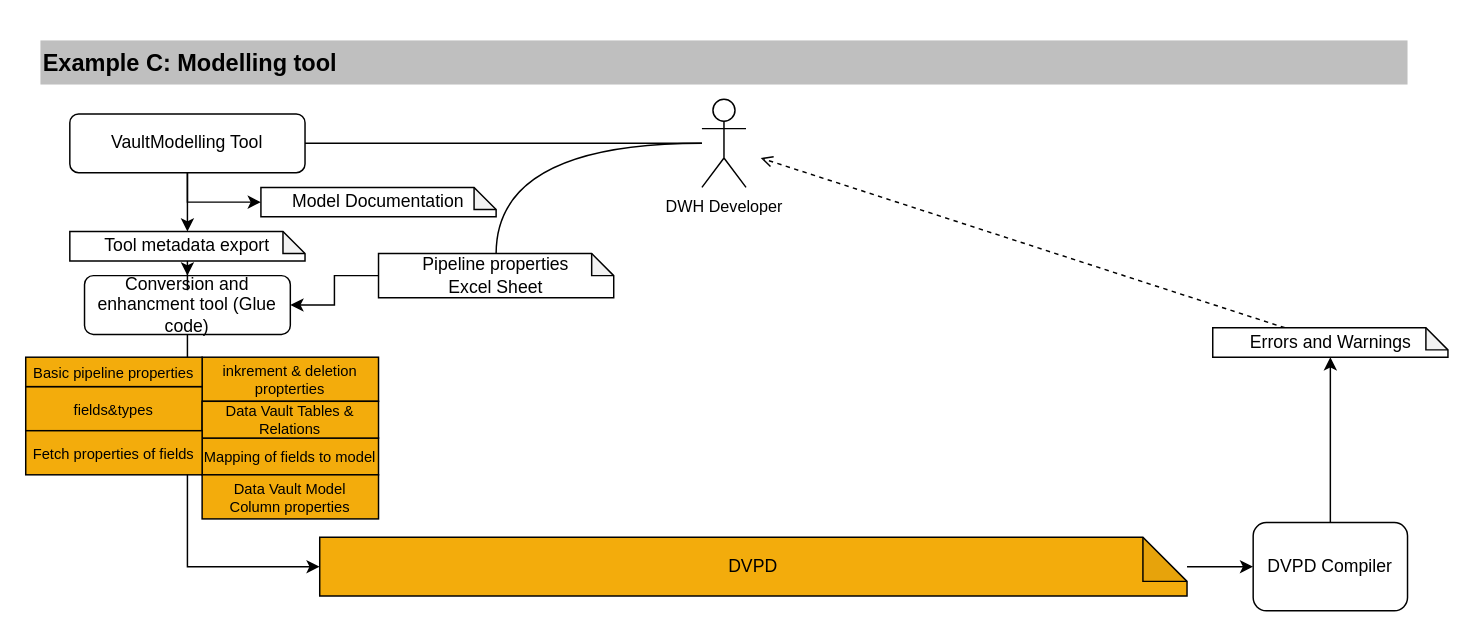
cimt-ag/data_vault_pipelinedescription keeps this draw.io diagram as documentation/images/dvdp_creation_workflow_example_c.drawio. Above is the earlier version. Source tidied: cells renumbered, new cells numbered last; positions are measured from the earlier drawing's top-left corner, leaving out a move shared by most shapes. Both pictures are drawn from the tidied source at 147%, with x=0, y=0 at pixel (25, 40).
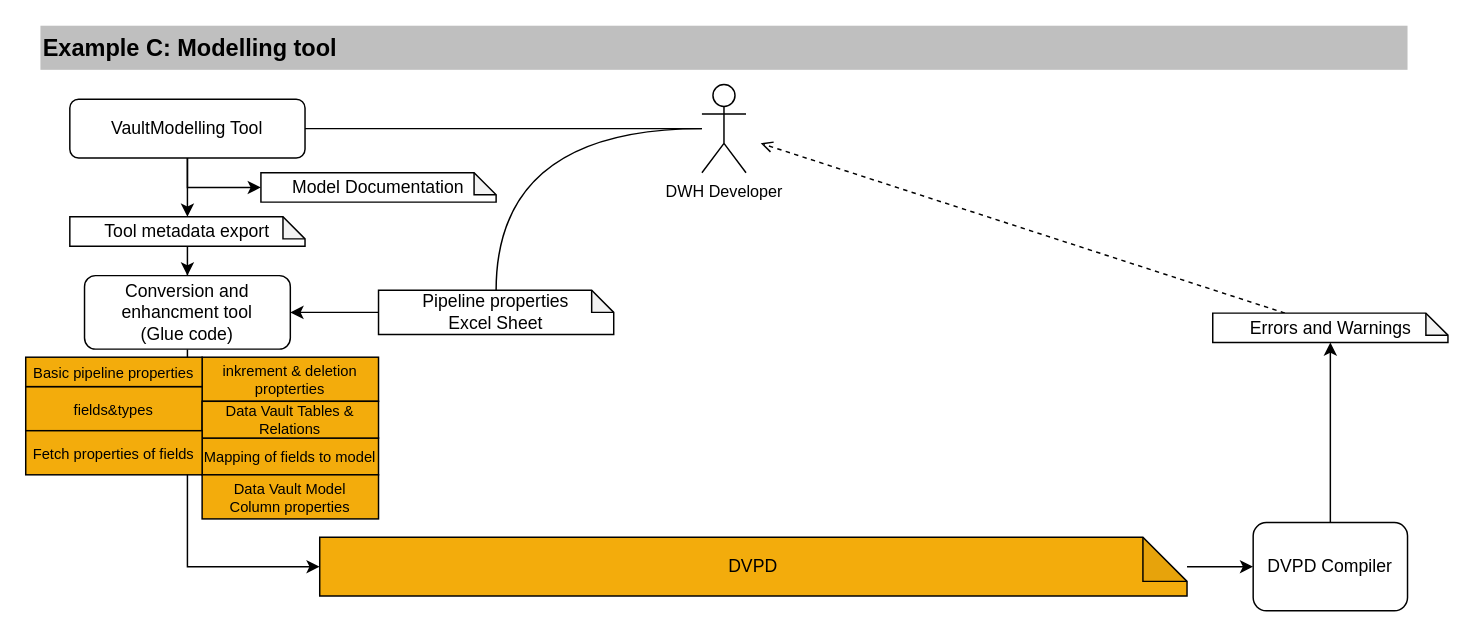
The same diagram, later.

Commit message (it also covers changes not shown here):
development_workflow_scenarios - review complete

What changed in the source:
```diff
@@
     <mxCell id="2" value="Example C: Modelling tool" style="rounded=0;whiteSpace=wrap;html=1;strokeColor=none;fillColor=#BFBFBF;fontStyle=1;align=left;fontSize=16;" parent="1" vertex="1">
-      <mxGeometry x="10" width="930" height="30" as="geometry" />
+      <mxGeometry x="10" y="-10" width="930" height="30" as="geometry" />
     </mxCell>
@@
     <mxCell id="5" value="VaultModelling Tool" style="rounded=1;whiteSpace=wrap;html=1;" parent="1" vertex="1">
-      <mxGeometry x="30" y="50" width="160" height="40" as="geometry" />
+      <mxGeometry x="30" y="40" width="160" height="40" as="geometry" />
     </mxCell>
@@
-    <mxCell id="9" value="Conversion and enhancment tool (Glue code)" style="rounded=1;whiteSpace=wrap;html=1;" parent="1" vertex="1">
-      <mxGeometry x="40" y="160" width="140" height="40" as="geometry" />
+    <mxCell id="9" value="Conversion and enhancment tool &lt;br&gt;(Glue code)" style="rounded=1;whiteSpace=wrap;html=1;" parent="1" vertex="1">
+      <mxGeometry x="40" y="160" width="140" height="50" as="geometry" />
     </mxCell>
@@
     <mxCell id="11" value="Pipeline properties&lt;br&gt;Excel Sheet" style="shape=note;whiteSpace=wrap;html=1;backgroundOutline=1;darkOpacity=0.05;size=15;" parent="1" vertex="1">
-      <mxGeometry x="240" y="145" width="160" height="30" as="geometry" />
+      <mxGeometry x="240" y="170" width="160" height="30" as="geometry" />
     </mxCell>
@@
     <mxCell id="19" style="shape=connector;rounded=0;jettySize=auto;html=1;labelBackgroundColor=default;strokeColor=default;fontFamily=Helvetica;fontSize=11;fontColor=default;endArrow=open;dashed=1;endFill=0;" parent="1" edge="1" source="20">
       <mxGeometry relative="1" as="geometry">
-        <mxPoint x="500" y="80" as="targetPoint" />
+        <mxPoint x="500" y="70" as="targetPoint" />
       </mxGeometry>
     </mxCell>
     <mxCell id="20" value="Errors and Warnings" style="shape=note;whiteSpace=wrap;html=1;backgroundOutline=1;darkOpacity=0.05;size=15;" parent="1" vertex="1">
-      <mxGeometry x="807.5" y="195.5" width="160" height="20" as="geometry" />
+      <mxGeometry x="807.5" y="185.5" width="160" height="20" as="geometry" />
     </mxCell>
@@
     <mxCell id="23" value="DWH Developer" style="shape=umlActor;verticalLabelPosition=bottom;verticalAlign=top;html=1;outlineConnect=0;fontFamily=Helvetica;fontSize=11;fontColor=default;" parent="1" vertex="1">
-      <mxGeometry x="460" y="40" width="30" height="60" as="geometry" />
+      <mxGeometry x="460" y="30" width="30" height="60" as="geometry" />
     </mxCell>
@@
     <mxCell id="25" value="Tool metadata export" style="shape=note;whiteSpace=wrap;html=1;backgroundOutline=1;darkOpacity=0.05;size=15;" parent="1" vertex="1">
-      <mxGeometry x="30" y="130" width="160" height="20" as="geometry" />
+      <mxGeometry x="30" y="120" width="160" height="20" as="geometry" />
     </mxCell>
@@
     <mxCell id="27" value="Model Documentation" style="shape=note;whiteSpace=wrap;html=1;backgroundOutline=1;darkOpacity=0.05;size=15;" parent="1" vertex="1">
-      <mxGeometry x="160" y="100" width="160" height="20" as="geometry" />
+      <mxGeometry x="160" y="90" width="160" height="20" as="geometry" />
     </mxCell>
```
